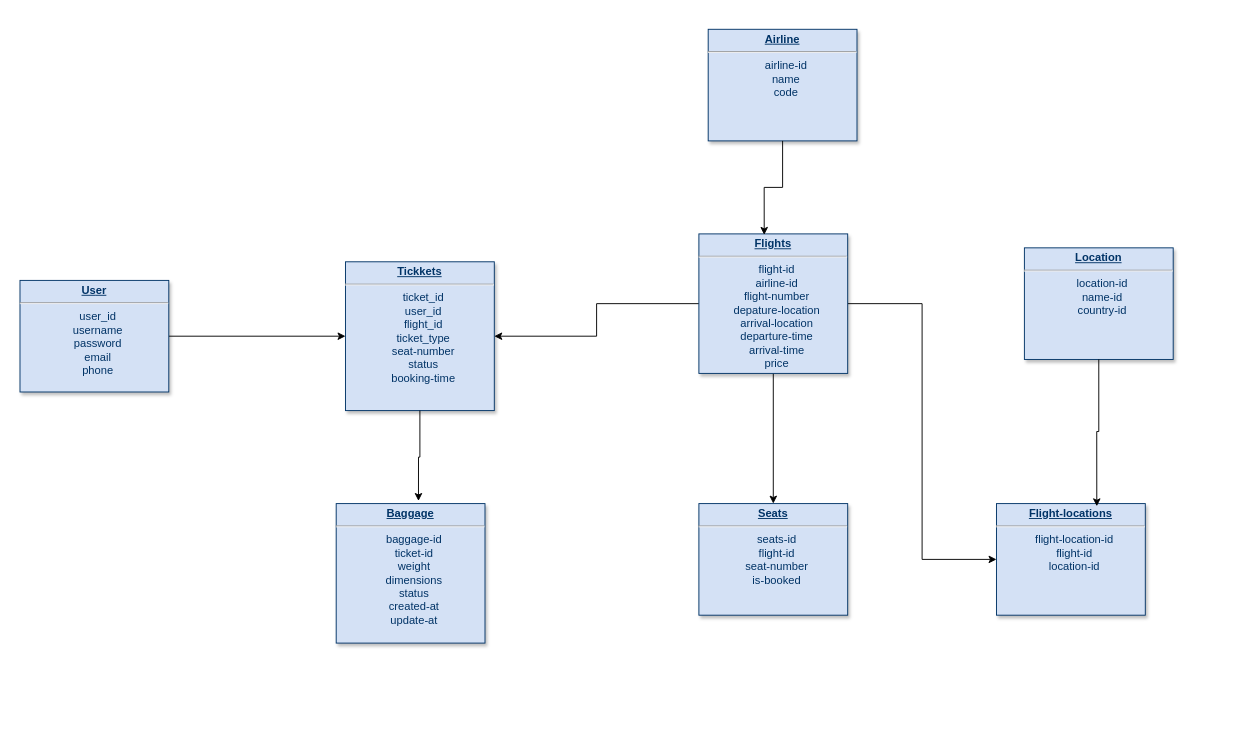
The draw.io diagram page "Page-1" (1 of 3) of Biểu đồ không có tiêu đề.drawio in DungZG/TrackingFlight, before the edit. Source tidied: cells renumbered, new cells numbered last; positions are measured from the earlier drawing's top-left corner, leaving out a move shared by most shapes. Both pictures are drawn from the tidied source at 93%, with x=0, y=0 at pixel (20, 29).
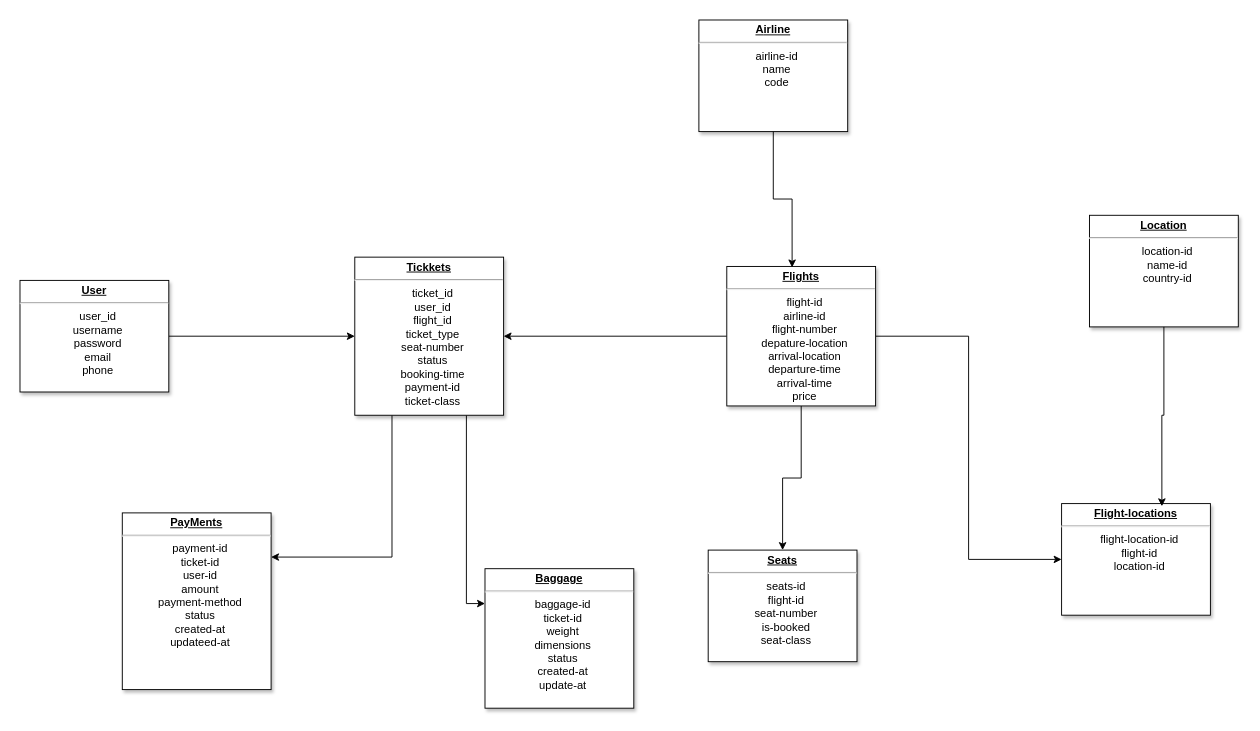
Above is the later version.

Commit message (it also covers changes not shown here):
Cập nhật Biểu đồ không có tiêu đề.drawio

Change to the diagram source:
```diff
@@
 <mxGraphModel>
   <root>
     <mxCell id="0" />
     <mxCell id="1" parent="0" />
-    <mxCell id="2" style="edgeStyle=orthogonalEdgeStyle;rounded=0;jettySize=auto;html=1;" parent="1" edge="1" source="3" target="4">
+    <mxCell id="2" style="edgeStyle=orthogonalEdgeStyle;rounded=0;jettySize=auto;html=1;labelBackgroundColor=none;fontColor=default;" parent="1" edge="1" source="3" target="4">
       <mxGeometry relative="1" as="geometry" />
     </mxCell>
-    <mxCell id="3" value="&lt;p style=&quot;text-align: center; margin: 4px 0px 0px;&quot;&gt;&lt;b style=&quot;text-decoration-line: underline;&quot;&gt;Us&lt;/b&gt;&lt;span style=&quot;background-color: transparent;&quot;&gt;&lt;b&gt;&lt;u&gt;er&lt;/u&gt;&lt;/b&gt;&lt;/span&gt;&lt;/p&gt;&lt;hr style=&quot;text-align: center;&quot;&gt;&lt;p style=&quot;text-align: center; margin: 0px 0px 0px 8px;&quot;&gt;user_id&lt;/p&gt;&lt;p style=&quot;text-align: center; margin: 0px 0px 0px 8px;&quot;&gt;username&lt;/p&gt;&lt;p style=&quot;text-align: center; margin: 0px 0px 0px 8px;&quot;&gt;password&lt;/p&gt;&lt;p style=&quot;text-align: center; margin: 0px 0px 0px 8px;&quot;&gt;email&lt;/p&gt;&lt;p style=&quot;text-align: center; margin: 0px 0px 0px 8px;&quot;&gt;phone&lt;/p&gt;" style="verticalAlign=top;align=left;overflow=fill;fontSize=12;fontFamily=Helvetica;html=1;strokeColor=#003366;shadow=1;fillColor=#D4E1F5;fontColor=#003366;" parent="1" vertex="1">
+    <mxCell id="3" value="&lt;p style=&quot;text-align: center; margin: 4px 0px 0px;&quot;&gt;&lt;b style=&quot;text-decoration-line: underline;&quot;&gt;Us&lt;/b&gt;&lt;span style=&quot;background-color: transparent;&quot;&gt;&lt;b&gt;&lt;u&gt;er&lt;/u&gt;&lt;/b&gt;&lt;/span&gt;&lt;/p&gt;&lt;hr style=&quot;text-align: center;&quot;&gt;&lt;p style=&quot;text-align: center; margin: 0px 0px 0px 8px;&quot;&gt;user_id&lt;/p&gt;&lt;p style=&quot;text-align: center; margin: 0px 0px 0px 8px;&quot;&gt;username&lt;/p&gt;&lt;p style=&quot;text-align: center; margin: 0px 0px 0px 8px;&quot;&gt;password&lt;/p&gt;&lt;p style=&quot;text-align: center; margin: 0px 0px 0px 8px;&quot;&gt;email&lt;/p&gt;&lt;p style=&quot;text-align: center; margin: 0px 0px 0px 8px;&quot;&gt;phone&lt;/p&gt;" style="verticalAlign=top;align=left;overflow=fill;fontSize=12;fontFamily=Helvetica;html=1;shadow=1;labelBackgroundColor=none;" parent="1" vertex="1">
       <mxGeometry y="270" width="160" height="120" as="geometry" />
     </mxCell>
+    <mxCell id="17" style="edgeStyle=orthogonalEdgeStyle;rounded=0;jettySize=auto;html=1;exitX=0.25;exitY=1;exitDx=0;exitDy=0;entryX=1;entryY=0.25;entryDx=0;entryDy=0;labelBackgroundColor=none;fontColor=default;" parent="1" edge="1" source="4" target="18">
+      <mxGeometry relative="1" as="geometry" />
+    </mxCell>
+    <mxCell id="14" style="edgeStyle=orthogonalEdgeStyle;rounded=0;jettySize=auto;html=1;exitX=0.75;exitY=1;exitDx=0;exitDy=0;entryX=0;entryY=0.25;entryDx=0;entryDy=0;labelBackgroundColor=none;fontColor=default;" parent="1" edge="1" source="4" target="5">
+      <mxGeometry relative="1" as="geometry" />
+    </mxCell>
-    <mxCell id="4" value="&lt;p style=&quot;text-align: center; margin: 4px 0px 0px;&quot;&gt;&lt;b&gt;&lt;u&gt;Tickkets&lt;/u&gt;&lt;/b&gt;&lt;/p&gt;&lt;hr style=&quot;text-align: center;&quot;&gt;&lt;p style=&quot;text-align: center; margin: 0px 0px 0px 8px;&quot;&gt;ticket_id&lt;/p&gt;&lt;p style=&quot;text-align: center; margin: 0px 0px 0px 8px;&quot;&gt;user_id&lt;/p&gt;&lt;p style=&quot;text-align: center; margin: 0px 0px 0px 8px;&quot;&gt;flight_id&lt;/p&gt;&lt;p style=&quot;text-align: center; margin: 0px 0px 0px 8px;&quot;&gt;ticket_type&lt;/p&gt;&lt;p style=&quot;text-align: center; margin: 0px 0px 0px 8px;&quot;&gt;seat-number&lt;/p&gt;&lt;p style=&quot;text-align: center; margin: 0px 0px 0px 8px;&quot;&gt;status&lt;/p&gt;&lt;p style=&quot;text-align: center; margin: 0px 0px 0px 8px;&quot;&gt;booking-time&lt;/p&gt;" style="verticalAlign=top;align=left;overflow=fill;fontSize=12;fontFamily=Helvetica;html=1;strokeColor=#003366;shadow=1;fillColor=#D4E1F5;fontColor=#003366;" parent="1" vertex="1">
-      <mxGeometry x="350" y="250" width="160" height="160" as="geometry" />
+    <mxCell id="4" value="&lt;p style=&quot;text-align: center; margin: 4px 0px 0px;&quot;&gt;&lt;b&gt;&lt;u&gt;Tickkets&lt;/u&gt;&lt;/b&gt;&lt;/p&gt;&lt;hr style=&quot;text-align: center;&quot;&gt;&lt;p style=&quot;text-align: center; margin: 0px 0px 0px 8px;&quot;&gt;ticket_id&lt;/p&gt;&lt;p style=&quot;text-align: center; margin: 0px 0px 0px 8px;&quot;&gt;user_id&lt;/p&gt;&lt;p style=&quot;text-align: center; margin: 0px 0px 0px 8px;&quot;&gt;flight_id&lt;/p&gt;&lt;p style=&quot;text-align: center; margin: 0px 0px 0px 8px;&quot;&gt;ticket_type&lt;/p&gt;&lt;p style=&quot;text-align: center; margin: 0px 0px 0px 8px;&quot;&gt;seat-number&lt;/p&gt;&lt;p style=&quot;text-align: center; margin: 0px 0px 0px 8px;&quot;&gt;status&lt;/p&gt;&lt;p style=&quot;text-align: center; margin: 0px 0px 0px 8px;&quot;&gt;booking-time&lt;/p&gt;&lt;p style=&quot;text-align: center; margin: 0px 0px 0px 8px;&quot;&gt;payment-id&lt;/p&gt;&lt;p style=&quot;text-align: center; margin: 0px 0px 0px 8px;&quot;&gt;ticket-class&lt;/p&gt;" style="verticalAlign=top;align=left;overflow=fill;fontSize=12;fontFamily=Helvetica;html=1;shadow=1;labelBackgroundColor=none;" parent="1" vertex="1">
+      <mxGeometry x="360" y="245" width="160" height="170" as="geometry" />
     </mxCell>
-    <mxCell id="5" value="&lt;p style=&quot;text-align: center; margin: 4px 0px 0px;&quot;&gt;&lt;b&gt;&lt;u&gt;Baggage&lt;/u&gt;&lt;/b&gt;&lt;/p&gt;&lt;hr style=&quot;text-align: center;&quot;&gt;&lt;p style=&quot;text-align: center; margin: 0px 0px 0px 8px;&quot;&gt;baggage-id&lt;/p&gt;&lt;p style=&quot;text-align: center; margin: 0px 0px 0px 8px;&quot;&gt;ticket-id&lt;/p&gt;&lt;p style=&quot;text-align: center; margin: 0px 0px 0px 8px;&quot;&gt;weight&lt;/p&gt;&lt;p style=&quot;text-align: center; margin: 0px 0px 0px 8px;&quot;&gt;dimensions&lt;/p&gt;&lt;p style=&quot;text-align: center; margin: 0px 0px 0px 8px;&quot;&gt;status&lt;/p&gt;&lt;p style=&quot;text-align: center; margin: 0px 0px 0px 8px;&quot;&gt;created-at&lt;/p&gt;&lt;p style=&quot;text-align: center; margin: 0px 0px 0px 8px;&quot;&gt;update-at&lt;/p&gt;" style="verticalAlign=top;align=left;overflow=fill;fontSize=12;fontFamily=Helvetica;html=1;strokeColor=#003366;shadow=1;fillColor=#D4E1F5;fontColor=#003366;" parent="1" vertex="1">
-      <mxGeometry x="340" y="510" width="160" height="150" as="geometry" />
+    <mxCell id="5" value="&lt;p style=&quot;text-align: center; margin: 4px 0px 0px;&quot;&gt;&lt;b&gt;&lt;u&gt;Baggage&lt;/u&gt;&lt;/b&gt;&lt;/p&gt;&lt;hr style=&quot;text-align: center;&quot;&gt;&lt;p style=&quot;text-align: center; margin: 0px 0px 0px 8px;&quot;&gt;baggage-id&lt;/p&gt;&lt;p style=&quot;text-align: center; margin: 0px 0px 0px 8px;&quot;&gt;ticket-id&lt;/p&gt;&lt;p style=&quot;text-align: center; margin: 0px 0px 0px 8px;&quot;&gt;weight&lt;/p&gt;&lt;p style=&quot;text-align: center; margin: 0px 0px 0px 8px;&quot;&gt;dimensions&lt;/p&gt;&lt;p style=&quot;text-align: center; margin: 0px 0px 0px 8px;&quot;&gt;status&lt;/p&gt;&lt;p style=&quot;text-align: center; margin: 0px 0px 0px 8px;&quot;&gt;created-at&lt;/p&gt;&lt;p style=&quot;text-align: center; margin: 0px 0px 0px 8px;&quot;&gt;update-at&lt;/p&gt;" style="verticalAlign=top;align=left;overflow=fill;fontSize=12;fontFamily=Helvetica;html=1;shadow=1;labelBackgroundColor=none;" parent="1" vertex="1">
+      <mxGeometry x="500" y="580" width="160" height="150" as="geometry" />
     </mxCell>
-    <mxCell id="6" style="edgeStyle=orthogonalEdgeStyle;rounded=0;jettySize=auto;html=1;entryX=1;entryY=0.5;entryDx=0;entryDy=0;" parent="1" edge="1" source="9" target="4">
+    <mxCell id="6" style="edgeStyle=orthogonalEdgeStyle;rounded=0;jettySize=auto;html=1;entryX=1;entryY=0.5;entryDx=0;entryDy=0;labelBackgroundColor=none;fontColor=default;" parent="1" edge="1" source="9" target="4">
       <mxGeometry relative="1" as="geometry" />
     </mxCell>
-    <mxCell id="7" style="edgeStyle=orthogonalEdgeStyle;rounded=0;jettySize=auto;html=1;entryX=0.5;entryY=0;entryDx=0;entryDy=0;" parent="1" edge="1" source="9" target="10">
+    <mxCell id="7" style="edgeStyle=orthogonalEdgeStyle;rounded=0;jettySize=auto;html=1;entryX=0.5;entryY=0;entryDx=0;entryDy=0;labelBackgroundColor=none;fontColor=default;" parent="1" edge="1" source="9" target="10">
       <mxGeometry relative="1" as="geometry" />
     </mxCell>
-    <mxCell id="8" style="edgeStyle=orthogonalEdgeStyle;rounded=0;jettySize=auto;html=1;entryX=0;entryY=0.5;entryDx=0;entryDy=0;" parent="1" edge="1" source="9" target="12">
+    <mxCell id="8" style="edgeStyle=orthogonalEdgeStyle;rounded=0;jettySize=auto;html=1;entryX=0;entryY=0.5;entryDx=0;entryDy=0;labelBackgroundColor=none;fontColor=default;" parent="1" edge="1" source="9" target="12">
       <mxGeometry relative="1" as="geometry" />
     </mxCell>
-    <mxCell id="9" value="&lt;p style=&quot;text-align: center; margin: 4px 0px 0px;&quot;&gt;&lt;b&gt;&lt;u&gt;Flights&lt;/u&gt;&lt;/b&gt;&lt;/p&gt;&lt;hr style=&quot;text-align: center;&quot;&gt;&lt;p style=&quot;text-align: center; margin: 0px 0px 0px 8px;&quot;&gt;flight-id&lt;/p&gt;&lt;p style=&quot;text-align: center; margin: 0px 0px 0px 8px;&quot;&gt;airline-id&lt;/p&gt;&lt;p style=&quot;text-align: center; margin: 0px 0px 0px 8px;&quot;&gt;flight-number&lt;/p&gt;&lt;p style=&quot;text-align: center; margin: 0px 0px 0px 8px;&quot;&gt;depature-location&lt;/p&gt;&lt;p style=&quot;text-align: center; margin: 0px 0px 0px 8px;&quot;&gt;arrival-location&lt;/p&gt;&lt;p style=&quot;text-align: center; margin: 0px 0px 0px 8px;&quot;&gt;departure-time&lt;/p&gt;&lt;p style=&quot;text-align: center; margin: 0px 0px 0px 8px;&quot;&gt;arrival-time&lt;/p&gt;&lt;p style=&quot;text-align: center; margin: 0px 0px 0px 8px;&quot;&gt;price&lt;/p&gt;" style="verticalAlign=top;align=left;overflow=fill;fontSize=12;fontFamily=Helvetica;html=1;strokeColor=#003366;shadow=1;fillColor=#D4E1F5;fontColor=#003366;" parent="1" vertex="1">
-      <mxGeometry x="730" y="220" width="160" height="150" as="geometry" />
+    <mxCell id="9" value="&lt;p style=&quot;text-align: center; margin: 4px 0px 0px;&quot;&gt;&lt;b&gt;&lt;u&gt;Flights&lt;/u&gt;&lt;/b&gt;&lt;/p&gt;&lt;hr style=&quot;text-align: center;&quot;&gt;&lt;p style=&quot;text-align: center; margin: 0px 0px 0px 8px;&quot;&gt;flight-id&lt;/p&gt;&lt;p style=&quot;text-align: center; margin: 0px 0px 0px 8px;&quot;&gt;airline-id&lt;/p&gt;&lt;p style=&quot;text-align: center; margin: 0px 0px 0px 8px;&quot;&gt;flight-number&lt;/p&gt;&lt;p style=&quot;text-align: center; margin: 0px 0px 0px 8px;&quot;&gt;depature-location&lt;/p&gt;&lt;p style=&quot;text-align: center; margin: 0px 0px 0px 8px;&quot;&gt;arrival-location&lt;/p&gt;&lt;p style=&quot;text-align: center; margin: 0px 0px 0px 8px;&quot;&gt;departure-time&lt;/p&gt;&lt;p style=&quot;text-align: center; margin: 0px 0px 0px 8px;&quot;&gt;arrival-time&lt;/p&gt;&lt;p style=&quot;text-align: center; margin: 0px 0px 0px 8px;&quot;&gt;price&lt;/p&gt;" style="verticalAlign=top;align=left;overflow=fill;fontSize=12;fontFamily=Helvetica;html=1;shadow=1;labelBackgroundColor=none;" parent="1" vertex="1">
+      <mxGeometry x="760" y="255" width="160" height="150" as="geometry" />
     </mxCell>
-    <mxCell id="10" value="&lt;p style=&quot;text-align: center; margin: 4px 0px 0px;&quot;&gt;&lt;b&gt;&lt;u&gt;Seats&lt;/u&gt;&lt;/b&gt;&lt;/p&gt;&lt;hr style=&quot;text-align: center;&quot;&gt;&lt;p style=&quot;text-align: center; margin: 0px 0px 0px 8px;&quot;&gt;seats-id&lt;/p&gt;&lt;p style=&quot;text-align: center; margin: 0px 0px 0px 8px;&quot;&gt;flight-id&lt;/p&gt;&lt;p style=&quot;text-align: center; margin: 0px 0px 0px 8px;&quot;&gt;seat-number&lt;/p&gt;&lt;p style=&quot;text-align: center; margin: 0px 0px 0px 8px;&quot;&gt;is-booked&lt;/p&gt;&lt;p style=&quot;text-align: center; margin: 0px 0px 0px 8px;&quot;&gt;&lt;br&gt;&lt;/p&gt;" style="verticalAlign=top;align=left;overflow=fill;fontSize=12;fontFamily=Helvetica;html=1;strokeColor=#003366;shadow=1;fillColor=#D4E1F5;fontColor=#003366;" parent="1" vertex="1">
-      <mxGeometry x="730" y="510" width="160" height="120" as="geometry" />
+    <mxCell id="10" value="&lt;p style=&quot;text-align: center; margin: 4px 0px 0px;&quot;&gt;&lt;b&gt;&lt;u&gt;Seats&lt;/u&gt;&lt;/b&gt;&lt;/p&gt;&lt;hr style=&quot;text-align: center;&quot;&gt;&lt;p style=&quot;text-align: center; margin: 0px 0px 0px 8px;&quot;&gt;seats-id&lt;/p&gt;&lt;p style=&quot;text-align: center; margin: 0px 0px 0px 8px;&quot;&gt;flight-id&lt;/p&gt;&lt;p style=&quot;text-align: center; margin: 0px 0px 0px 8px;&quot;&gt;seat-number&lt;/p&gt;&lt;p style=&quot;text-align: center; margin: 0px 0px 0px 8px;&quot;&gt;is-booked&lt;/p&gt;&lt;p style=&quot;text-align: center; margin: 0px 0px 0px 8px;&quot;&gt;seat-class&lt;/p&gt;" style="verticalAlign=top;align=left;overflow=fill;fontSize=12;fontFamily=Helvetica;html=1;shadow=1;labelBackgroundColor=none;" parent="1" vertex="1">
+      <mxGeometry x="740" y="560" width="160" height="120" as="geometry" />
     </mxCell>
-    <mxCell id="11" value="&lt;p style=&quot;text-align: center; margin: 4px 0px 0px;&quot;&gt;&lt;b&gt;&lt;u&gt;A&lt;/u&gt;&lt;/b&gt;&lt;span style=&quot;background-color: transparent;&quot;&gt;&lt;b&gt;&lt;u&gt;irline&lt;/u&gt;&lt;/b&gt;&lt;/span&gt;&lt;/p&gt;&lt;hr style=&quot;text-align: center;&quot;&gt;&lt;p style=&quot;text-align: center; margin: 0px 0px 0px 8px;&quot;&gt;airline-id&lt;/p&gt;&lt;p style=&quot;text-align: center; margin: 0px 0px 0px 8px;&quot;&gt;name&lt;/p&gt;&lt;p style=&quot;text-align: center; margin: 0px 0px 0px 8px;&quot;&gt;code&lt;/p&gt;" style="verticalAlign=top;align=left;overflow=fill;fontSize=12;fontFamily=Helvetica;html=1;strokeColor=#003366;shadow=1;fillColor=#D4E1F5;fontColor=#003366;" parent="1" vertex="1">
-      <mxGeometry x="740" width="160" height="120" as="geometry" />
+    <mxCell id="11" value="&lt;p style=&quot;text-align: center; margin: 4px 0px 0px;&quot;&gt;&lt;b&gt;&lt;u&gt;A&lt;/u&gt;&lt;/b&gt;&lt;span style=&quot;background-color: transparent;&quot;&gt;&lt;b&gt;&lt;u&gt;irline&lt;/u&gt;&lt;/b&gt;&lt;/span&gt;&lt;/p&gt;&lt;hr style=&quot;text-align: center;&quot;&gt;&lt;p style=&quot;text-align: center; margin: 0px 0px 0px 8px;&quot;&gt;airline-id&lt;/p&gt;&lt;p style=&quot;text-align: center; margin: 0px 0px 0px 8px;&quot;&gt;name&lt;/p&gt;&lt;p style=&quot;text-align: center; margin: 0px 0px 0px 8px;&quot;&gt;code&lt;/p&gt;" style="verticalAlign=top;align=left;overflow=fill;fontSize=12;fontFamily=Helvetica;html=1;shadow=1;labelBackgroundColor=none;" parent="1" vertex="1">
+      <mxGeometry x="730" y="-10" width="160" height="120" as="geometry" />
     </mxCell>
-    <mxCell id="12" value="&lt;p style=&quot;text-align: center; margin: 4px 0px 0px;&quot;&gt;&lt;b&gt;&lt;u&gt;Flight-locations&lt;/u&gt;&lt;/b&gt;&lt;/p&gt;&lt;hr style=&quot;text-align: center;&quot;&gt;&lt;p style=&quot;text-align: center; margin: 0px 0px 0px 8px;&quot;&gt;flight-location-id&lt;/p&gt;&lt;p style=&quot;text-align: center; margin: 0px 0px 0px 8px;&quot;&gt;flight-id&lt;/p&gt;&lt;p style=&quot;text-align: center; margin: 0px 0px 0px 8px;&quot;&gt;location-id&lt;/p&gt;" style="verticalAlign=top;align=left;overflow=fill;fontSize=12;fontFamily=Helvetica;html=1;strokeColor=#003366;shadow=1;fillColor=#D4E1F5;fontColor=#003366;" parent="1" vertex="1">
-      <mxGeometry x="1050" y="510" width="160" height="120" as="geometry" />
+    <mxCell id="12" value="&lt;p style=&quot;text-align: center; margin: 4px 0px 0px;&quot;&gt;&lt;b&gt;&lt;u&gt;Flight-locations&lt;/u&gt;&lt;/b&gt;&lt;/p&gt;&lt;hr style=&quot;text-align: center;&quot;&gt;&lt;p style=&quot;text-align: center; margin: 0px 0px 0px 8px;&quot;&gt;flight-location-id&lt;/p&gt;&lt;p style=&quot;text-align: center; margin: 0px 0px 0px 8px;&quot;&gt;flight-id&lt;/p&gt;&lt;p style=&quot;text-align: center; margin: 0px 0px 0px 8px;&quot;&gt;location-id&lt;/p&gt;" style="verticalAlign=top;align=left;overflow=fill;fontSize=12;fontFamily=Helvetica;html=1;shadow=1;labelBackgroundColor=none;" parent="1" vertex="1">
+      <mxGeometry x="1120" y="510" width="160" height="120" as="geometry" />
     </mxCell>
-    <mxCell id="13" value="&lt;p style=&quot;text-align: center; margin: 4px 0px 0px;&quot;&gt;&lt;b&gt;&lt;u&gt;Location&lt;/u&gt;&lt;/b&gt;&lt;/p&gt;&lt;hr style=&quot;text-align: center;&quot;&gt;&lt;p style=&quot;text-align: center; margin: 0px 0px 0px 8px;&quot;&gt;location-id&lt;/p&gt;&lt;p style=&quot;text-align: center; margin: 0px 0px 0px 8px;&quot;&gt;name-id&lt;/p&gt;&lt;p style=&quot;text-align: center; margin: 0px 0px 0px 8px;&quot;&gt;country-id&lt;/p&gt;" style="verticalAlign=top;align=left;overflow=fill;fontSize=12;fontFamily=Helvetica;html=1;strokeColor=#003366;shadow=1;fillColor=#D4E1F5;fontColor=#003366;" parent="1" vertex="1">
-      <mxGeometry x="1080" y="235" width="160" height="120" as="geometry" />
+    <mxCell id="13" value="&lt;p style=&quot;text-align: center; margin: 4px 0px 0px;&quot;&gt;&lt;b&gt;&lt;u&gt;Location&lt;/u&gt;&lt;/b&gt;&lt;/p&gt;&lt;hr style=&quot;text-align: center;&quot;&gt;&lt;p style=&quot;text-align: center; margin: 0px 0px 0px 8px;&quot;&gt;location-id&lt;/p&gt;&lt;p style=&quot;text-align: center; margin: 0px 0px 0px 8px;&quot;&gt;name-id&lt;/p&gt;&lt;p style=&quot;text-align: center; margin: 0px 0px 0px 8px;&quot;&gt;country-id&lt;/p&gt;" style="verticalAlign=top;align=left;overflow=fill;fontSize=12;fontFamily=Helvetica;html=1;shadow=1;labelBackgroundColor=none;" parent="1" vertex="1">
+      <mxGeometry x="1150" y="200" width="160" height="120" as="geometry" />
     </mxCell>
-    <mxCell id="14" style="edgeStyle=orthogonalEdgeStyle;rounded=0;jettySize=auto;html=1;entryX=0.553;entryY=-0.019;entryDx=0;entryDy=0;entryPerimeter=0;" parent="1" edge="1" source="4" target="5">
-      <mxGeometry relative="1" as="geometry" />
-    </mxCell>
-    <mxCell id="15" style="edgeStyle=orthogonalEdgeStyle;rounded=0;jettySize=auto;html=1;entryX=0.439;entryY=0.007;entryDx=0;entryDy=0;entryPerimeter=0;" parent="1" edge="1" source="11" target="9">
+    <mxCell id="15" style="edgeStyle=orthogonalEdgeStyle;rounded=0;jettySize=auto;html=1;entryX=0.439;entryY=0.007;entryDx=0;entryDy=0;entryPerimeter=0;labelBackgroundColor=none;fontColor=default;" parent="1" edge="1" source="11" target="9">
       <mxGeometry relative="1" as="geometry" />
     </mxCell>
-    <mxCell id="16" style="edgeStyle=orthogonalEdgeStyle;rounded=0;jettySize=auto;html=1;entryX=0.674;entryY=0.024;entryDx=0;entryDy=0;entryPerimeter=0;" parent="1" edge="1" source="13" target="12">
+    <mxCell id="16" style="edgeStyle=orthogonalEdgeStyle;rounded=0;jettySize=auto;html=1;entryX=0.674;entryY=0.024;entryDx=0;entryDy=0;entryPerimeter=0;labelBackgroundColor=none;fontColor=default;" parent="1" edge="1" source="13" target="12">
       <mxGeometry relative="1" as="geometry" />
     </mxCell>
+    <mxCell id="18" value="&lt;p style=&quot;text-align: center; margin: 4px 0px 0px;&quot;&gt;&lt;b&gt;&lt;u&gt;PayMents&lt;/u&gt;&lt;/b&gt;&lt;/p&gt;&lt;hr style=&quot;text-align: center;&quot;&gt;&lt;p style=&quot;text-align: center; margin: 0px 0px 0px 8px;&quot;&gt;payment-id&lt;/p&gt;&lt;p style=&quot;text-align: center; margin: 0px 0px 0px 8px;&quot;&gt;ticket-id&lt;/p&gt;&lt;p style=&quot;text-align: center; margin: 0px 0px 0px 8px;&quot;&gt;user-id&lt;/p&gt;&lt;p style=&quot;text-align: center; margin: 0px 0px 0px 8px;&quot;&gt;amount&lt;/p&gt;&lt;p style=&quot;text-align: center; margin: 0px 0px 0px 8px;&quot;&gt;payment-method&lt;/p&gt;&lt;p style=&quot;text-align: center; margin: 0px 0px 0px 8px;&quot;&gt;status&lt;/p&gt;&lt;p style=&quot;text-align: center; margin: 0px 0px 0px 8px;&quot;&gt;created-at&lt;/p&gt;&lt;p style=&quot;text-align: center; margin: 0px 0px 0px 8px;&quot;&gt;updateed-at&lt;/p&gt;" style="verticalAlign=top;align=left;overflow=fill;fontSize=12;fontFamily=Helvetica;html=1;shadow=1;labelBackgroundColor=none;" parent="1" vertex="1">
+      <mxGeometry x="110" y="520" width="160" height="190" as="geometry" />
+    </mxCell>
   </root>
 </mxGraphModel>
```
